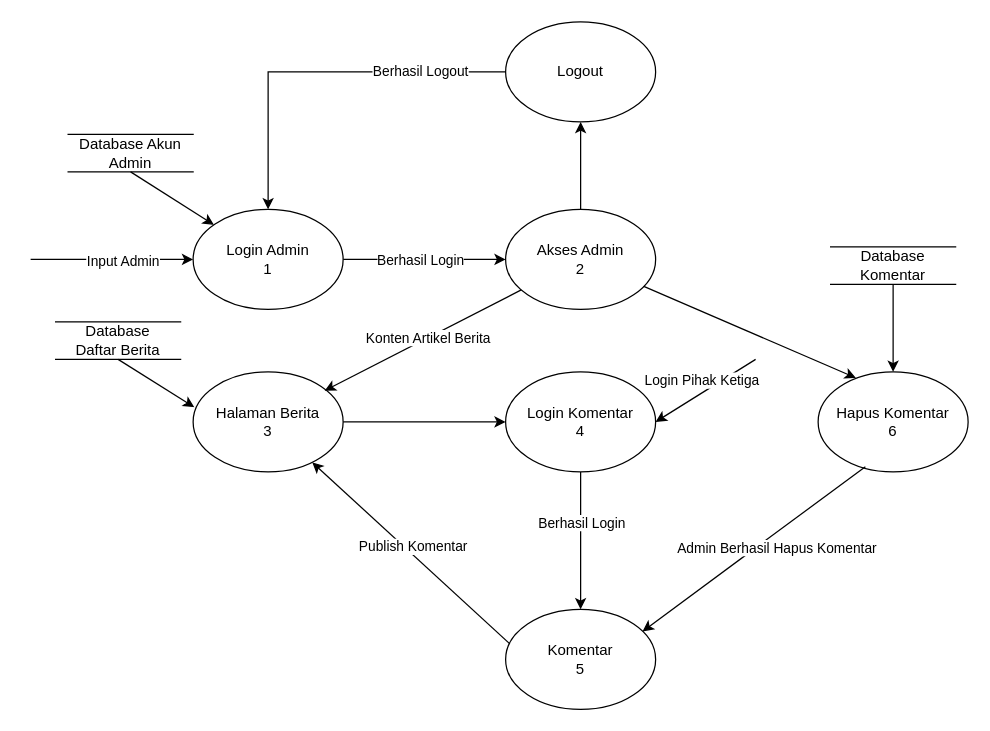
The draw.io diagram page "Page-1" (1 of 5) of Exercise.drawio in MFaisal00359/Kamu-nanyeaa, before the edit. Source tidied: cells renumbered, new cells numbered last; positions are measured from the earlier drawing's top-left corner, leaving out a move shared by most shapes. Both pictures are drawn from the tidied source at 125%, with x=0, y=0 at pixel (30, 21).
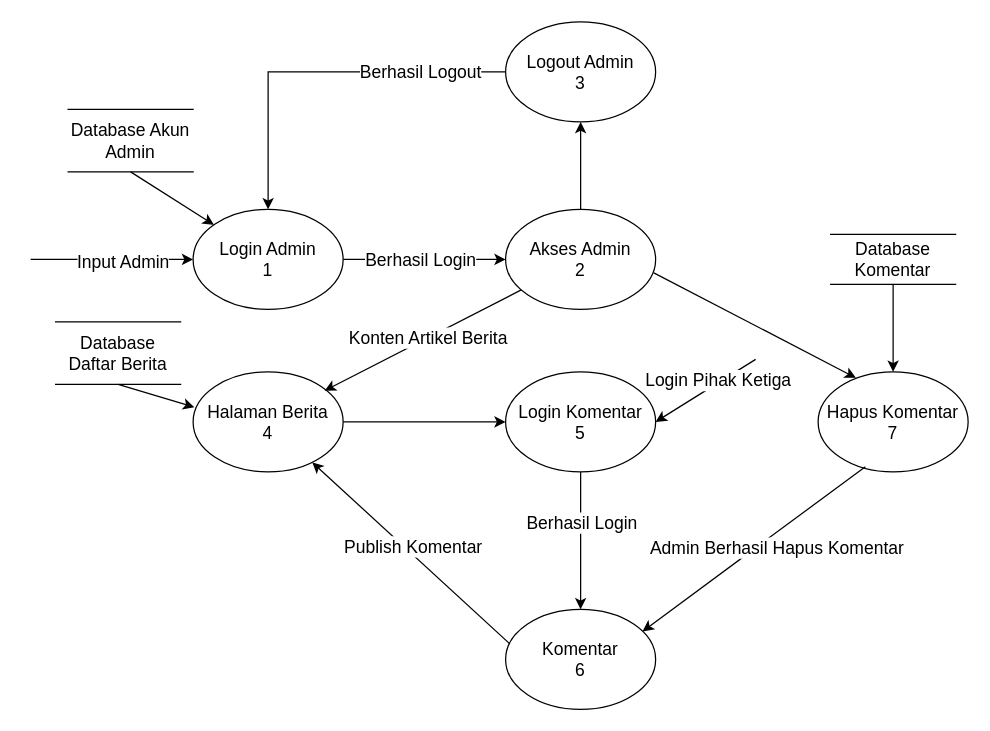
The same diagram, later.

The edit, as a diff of the source:
```diff
@@
-    <mxCell id="2" style="edgeStyle=orthogonalEdgeStyle;rounded=0;jettySize=auto;html=1;entryX=0;entryY=0.5;entryDx=0;entryDy=0;" parent="1" edge="1" source="4" target="6">
+    <mxCell id="2" style="edgeStyle=orthogonalEdgeStyle;rounded=0;jettySize=auto;html=1;entryX=0;entryY=0.5;entryDx=0;entryDy=0;fontSize=14;" parent="1" edge="1" source="4" target="6">
       <mxGeometry relative="1" as="geometry" />
     </mxCell>
-    <mxCell id="3" value="Berhasil Login" style="edgeLabel;html=1;align=center;verticalAlign=middle;" parent="2" vertex="1">
+    <mxCell id="3" value="Berhasil Login" style="edgeLabel;html=1;align=center;verticalAlign=middle;fontSize=14;" parent="2" vertex="1">
       <mxGeometry x="0.27" y="-2" relative="1" as="geometry">
         <mxPoint x="-22" y="-2" as="offset" />
       </mxGeometry>
     </mxCell>
-    <mxCell id="4" value="Login Admin&lt;br&gt;1" style="ellipse;whiteSpace=wrap;html=1;" parent="1" vertex="1">
+    <mxCell id="4" value="Login Admin&lt;br style=&quot;font-size: 14px;&quot;&gt;1" style="ellipse;whiteSpace=wrap;html=1;fontSize=14;" parent="1" vertex="1">
       <mxGeometry x="130" y="150" width="120" height="80" as="geometry" />
     </mxCell>
-    <mxCell id="5" style="edgeStyle=orthogonalEdgeStyle;rounded=0;jettySize=auto;html=1;" parent="1" edge="1" source="6" target="11">
+    <mxCell id="5" style="edgeStyle=orthogonalEdgeStyle;rounded=0;jettySize=auto;html=1;fontSize=14;" parent="1" edge="1" source="6" target="11">
       <mxGeometry relative="1" as="geometry" />
     </mxCell>
-    <mxCell id="6" value="Akses Admin&lt;br&gt;2" style="ellipse;whiteSpace=wrap;html=1;" parent="1" vertex="1">
+    <mxCell id="6" value="Akses Admin&lt;br style=&quot;font-size: 14px;&quot;&gt;2" style="ellipse;whiteSpace=wrap;html=1;fontSize=14;" parent="1" vertex="1">
       <mxGeometry x="380" y="150" width="120" height="80" as="geometry" />
     </mxCell>
-    <mxCell id="7" style="endArrow=classic;html=1;rounded=0;entryX=0;entryY=0.5;entryDx=0;entryDy=0;" parent="1" edge="1" target="4">
+    <mxCell id="7" style="endArrow=classic;html=1;rounded=0;entryX=0;entryY=0.5;entryDx=0;entryDy=0;fontSize=14;" parent="1" edge="1" target="4">
       <mxGeometry relative="1" as="geometry">
         <mxPoint y="190" as="sourcePoint" />
       </mxGeometry>
     </mxCell>
-    <mxCell id="8" value="Input Admin" style="edgeLabel;html=1;align=center;verticalAlign=middle;" parent="7" vertex="1">
+    <mxCell id="8" value="Input Admin" style="edgeLabel;html=1;align=center;verticalAlign=middle;fontSize=14;" parent="7" vertex="1">
       <mxGeometry x="0.13" y="-1" relative="1" as="geometry" />
     </mxCell>
-    <mxCell id="9" style="edgeStyle=orthogonalEdgeStyle;rounded=0;jettySize=auto;html=1;" parent="1" edge="1" source="11" target="4">
+    <mxCell id="9" style="edgeStyle=orthogonalEdgeStyle;rounded=0;jettySize=auto;html=1;fontSize=14;" parent="1" edge="1" source="11" target="4">
       <mxGeometry relative="1" as="geometry" />
     </mxCell>
-    <mxCell id="10" value="Berhasil Logout" style="edgeLabel;html=1;align=center;verticalAlign=middle;" parent="9" vertex="1">
+    <mxCell id="10" value="Berhasil Logout" style="edgeLabel;html=1;align=center;verticalAlign=middle;fontSize=14;" parent="9" vertex="1">
       <mxGeometry x="-0.54" y="-1" relative="1" as="geometry" />
     </mxCell>
-    <mxCell id="11" value="Logout&lt;br&gt;" style="ellipse;whiteSpace=wrap;html=1;" parent="1" vertex="1">
+    <mxCell id="11" value="Logout Admin&lt;br&gt;3" style="ellipse;whiteSpace=wrap;html=1;fontSize=14;" parent="1" vertex="1">
       <mxGeometry x="380" width="120" height="80" as="geometry" />
     </mxCell>
-    <mxCell id="12" style="edgeStyle=orthogonalEdgeStyle;rounded=0;jettySize=auto;html=1;entryX=0;entryY=0.5;entryDx=0;entryDy=0;" parent="1" edge="1" source="13" target="17">
+    <mxCell id="12" style="edgeStyle=orthogonalEdgeStyle;rounded=0;jettySize=auto;html=1;entryX=0;entryY=0.5;entryDx=0;entryDy=0;fontSize=14;" parent="1" edge="1" source="13" target="17">
       <mxGeometry relative="1" as="geometry" />
     </mxCell>
-    <mxCell id="13" value="Halaman Berita&lt;br&gt;3" style="ellipse;whiteSpace=wrap;html=1;" parent="1" vertex="1">
+    <mxCell id="13" value="Halaman Berita&lt;br style=&quot;font-size: 14px;&quot;&gt;4" style="ellipse;whiteSpace=wrap;html=1;fontSize=14;" parent="1" vertex="1">
       <mxGeometry x="130" y="280" width="120" height="80" as="geometry" />
     </mxCell>
-    <mxCell id="14" value="Komentar&lt;br&gt;5" style="ellipse;whiteSpace=wrap;html=1;" parent="1" vertex="1">
+    <mxCell id="14" value="Komentar&lt;br style=&quot;font-size: 14px;&quot;&gt;6" style="ellipse;whiteSpace=wrap;html=1;fontSize=14;" parent="1" vertex="1">
       <mxGeometry x="380" y="470" width="120" height="80" as="geometry" />
     </mxCell>
-    <mxCell id="15" style="edgeStyle=orthogonalEdgeStyle;rounded=0;jettySize=auto;html=1;entryX=0.5;entryY=0;entryDx=0;entryDy=0;" parent="1" edge="1" source="17" target="14">
+    <mxCell id="15" style="edgeStyle=orthogonalEdgeStyle;rounded=0;jettySize=auto;html=1;entryX=0.5;entryY=0;entryDx=0;entryDy=0;fontSize=14;" parent="1" edge="1" source="17" target="14">
       <mxGeometry relative="1" as="geometry" />
     </mxCell>
-    <mxCell id="16" value="Berhasil Login" style="edgeLabel;html=1;align=center;verticalAlign=middle;" parent="15" vertex="1">
+    <mxCell id="16" value="Berhasil Login" style="edgeLabel;html=1;align=center;verticalAlign=middle;fontSize=14;" parent="15" vertex="1">
       <mxGeometry x="-0.28" relative="1" as="geometry" />
     </mxCell>
-    <mxCell id="17" value="Login Komentar&lt;br&gt;4" style="ellipse;whiteSpace=wrap;html=1;" parent="1" vertex="1">
+    <mxCell id="17" value="Login Komentar&lt;br style=&quot;font-size: 14px;&quot;&gt;5" style="ellipse;whiteSpace=wrap;html=1;fontSize=14;" parent="1" vertex="1">
       <mxGeometry x="380" y="280" width="120" height="80" as="geometry" />
     </mxCell>
-    <mxCell id="18" style="endArrow=classic;html=1;rounded=0;entryX=0.877;entryY=0.188;entryDx=0;entryDy=0;entryPerimeter=0;" parent="1" edge="1" source="6" target="13">
+    <mxCell id="18" style="endArrow=classic;html=1;rounded=0;entryX=0.877;entryY=0.188;entryDx=0;entryDy=0;entryPerimeter=0;fontSize=14;" parent="1" edge="1" source="6" target="13">
       <mxGeometry relative="1" as="geometry" />
     </mxCell>
-    <mxCell id="19" value="Konten Artikel Berita" style="edgeLabel;html=1;align=center;verticalAlign=middle;" parent="18" vertex="1">
+    <mxCell id="19" value="Konten Artikel Berita" style="edgeLabel;html=1;align=center;verticalAlign=middle;fontSize=14;" parent="18" vertex="1">
       <mxGeometry x="-0.05" relative="1" as="geometry" />
     </mxCell>
-    <mxCell id="20" style="endArrow=classic;html=1;rounded=0;entryX=1;entryY=0.5;entryDx=0;entryDy=0;" parent="1" edge="1" target="17">
+    <mxCell id="20" style="endArrow=classic;html=1;rounded=0;entryX=1;entryY=0.5;entryDx=0;entryDy=0;fontSize=14;" parent="1" edge="1" target="17">
       <mxGeometry relative="1" as="geometry">
         <mxPoint x="580" y="270" as="sourcePoint" />
       </mxGeometry>
     </mxCell>
-    <mxCell id="21" value="Login Pihak Ketiga" style="edgeLabel;html=1;align=center;verticalAlign=middle;" parent="20" vertex="1">
+    <mxCell id="21" value="Login Pihak Ketiga" style="edgeLabel;html=1;align=center;verticalAlign=middle;fontSize=14;" parent="20" vertex="1">
       <mxGeometry x="-0.33" relative="1" as="geometry">
-        <mxPoint x="-16" as="offset" />
+        <mxPoint x="-3" as="offset" />
       </mxGeometry>
     </mxCell>
-    <mxCell id="22" style="endArrow=classic;html=1;rounded=0;exitX=0.028;exitY=0.345;exitDx=0;exitDy=0;exitPerimeter=0;" parent="1" edge="1" source="14" target="13">
+    <mxCell id="22" style="endArrow=classic;html=1;rounded=0;exitX=0.028;exitY=0.345;exitDx=0;exitDy=0;exitPerimeter=0;fontSize=14;" parent="1" edge="1" source="14" target="13">
       <mxGeometry relative="1" as="geometry" />
     </mxCell>
-    <mxCell id="23" value="Publish Komentar" style="edgeLabel;html=1;align=center;verticalAlign=middle;" parent="22" vertex="1">
+    <mxCell id="23" value="Publish Komentar" style="edgeLabel;html=1;align=center;verticalAlign=middle;fontSize=14;" parent="22" vertex="1">
       <mxGeometry x="-0.13" y="-1" relative="1" as="geometry">
         <mxPoint x="-10" y="-14" as="offset" />
       </mxGeometry>
     </mxCell>
-    <mxCell id="24" value="Database Akun Admin" style="html=1;dashed=0;whiteSpace=wrap;shape=partialRectangle;right=0;left=0;" parent="1" vertex="1">
-      <mxGeometry x="30" y="90" width="100" height="30" as="geometry" />
+    <mxCell id="24" value="Database Akun Admin" style="html=1;dashed=0;whiteSpace=wrap;shape=partialRectangle;right=0;left=0;fontSize=14;" parent="1" vertex="1">
+      <mxGeometry x="30" y="70" width="100" height="50" as="geometry" />
     </mxCell>
-    <mxCell id="25" style="endArrow=classic;html=1;rounded=0;exitX=0.5;exitY=1;exitDx=0;exitDy=0;" parent="1" edge="1" source="24" target="4">
+    <mxCell id="25" style="endArrow=classic;html=1;rounded=0;exitX=0.5;exitY=1;exitDx=0;exitDy=0;fontSize=14;" parent="1" edge="1" source="24" target="4">
       <mxGeometry relative="1" as="geometry" />
     </mxCell>
-    <mxCell id="26" style="edgeStyle=orthogonalEdgeStyle;rounded=0;jettySize=auto;html=1;entryX=0.5;entryY=0;entryDx=0;entryDy=0;" parent="1" edge="1" source="27" target="28">
+    <mxCell id="26" style="edgeStyle=orthogonalEdgeStyle;rounded=0;jettySize=auto;html=1;entryX=0.5;entryY=0;entryDx=0;entryDy=0;fontSize=14;" parent="1" edge="1" source="27" target="28">
       <mxGeometry relative="1" as="geometry" />
     </mxCell>
-    <mxCell id="27" value="Database Komentar" style="html=1;dashed=0;whiteSpace=wrap;shape=partialRectangle;right=0;left=0;" parent="1" vertex="1">
-      <mxGeometry x="640" y="180" width="100" height="30" as="geometry" />
+    <mxCell id="27" value="Database Komentar" style="html=1;dashed=0;whiteSpace=wrap;shape=partialRectangle;right=0;left=0;fontSize=14;" parent="1" vertex="1">
+      <mxGeometry x="640" y="170" width="100" height="40" as="geometry" />
     </mxCell>
-    <mxCell id="28" value="Hapus Komentar&lt;br&gt;6" style="ellipse;whiteSpace=wrap;html=1;" parent="1" vertex="1">
+    <mxCell id="28" value="Hapus Komentar&lt;br style=&quot;font-size: 14px;&quot;&gt;7" style="ellipse;whiteSpace=wrap;html=1;fontSize=14;" parent="1" vertex="1">
       <mxGeometry x="630" y="280" width="120" height="80" as="geometry" />
     </mxCell>
-    <mxCell id="29" style="endArrow=classic;html=1;rounded=0;exitX=0.315;exitY=0.948;exitDx=0;exitDy=0;entryX=0.913;entryY=0.22;entryDx=0;entryDy=0;entryPerimeter=0;exitPerimeter=0;" parent="1" edge="1" source="28" target="14">
+    <mxCell id="29" style="endArrow=classic;html=1;rounded=0;exitX=0.315;exitY=0.948;exitDx=0;exitDy=0;entryX=0.913;entryY=0.22;entryDx=0;entryDy=0;entryPerimeter=0;exitPerimeter=0;fontSize=14;" parent="1" edge="1" source="28" target="14">
       <mxGeometry relative="1" as="geometry" />
     </mxCell>
-    <mxCell id="30" value="Admin Berhasil Hapus Komentar" style="edgeLabel;html=1;align=center;verticalAlign=middle;" parent="29" vertex="1">
+    <mxCell id="30" value="Admin Berhasil Hapus Komentar" style="edgeLabel;html=1;align=center;verticalAlign=middle;fontSize=14;" parent="29" vertex="1">
       <mxGeometry x="-0.2" relative="1" as="geometry">
         <mxPoint y="12" as="offset" />
       </mxGeometry>
     </mxCell>
-    <mxCell id="31" style="endArrow=classic;html=1;rounded=0;entryX=0.252;entryY=0.06;entryDx=0;entryDy=0;entryPerimeter=0;" parent="1" edge="1" source="6" target="28">
+    <mxCell id="31" style="endArrow=classic;html=1;rounded=0;entryX=0.252;entryY=0.06;entryDx=0;entryDy=0;entryPerimeter=0;exitX=0.988;exitY=0.635;exitDx=0;exitDy=0;exitPerimeter=0;fontSize=14;" parent="1" edge="1" source="6" target="28">
       <mxGeometry relative="1" as="geometry" />
     </mxCell>
-    <mxCell id="32" value="Database&lt;br&gt;Daftar Berita" style="html=1;dashed=0;whiteSpace=wrap;shape=partialRectangle;right=0;left=0;" parent="1" vertex="1">
-      <mxGeometry x="20" y="240" width="100" height="30" as="geometry" />
+    <mxCell id="32" value="Database&lt;br style=&quot;font-size: 14px;&quot;&gt;Daftar Berita" style="html=1;dashed=0;whiteSpace=wrap;shape=partialRectangle;right=0;left=0;fontSize=14;" parent="1" vertex="1">
+      <mxGeometry x="20" y="240" width="100" height="50" as="geometry" />
     </mxCell>
-    <mxCell id="33" style="endArrow=classic;html=1;rounded=0;entryX=0.008;entryY=0.353;entryDx=0;entryDy=0;entryPerimeter=0;exitX=0.5;exitY=1;exitDx=0;exitDy=0;" parent="1" edge="1" source="32" target="13">
+    <mxCell id="33" style="endArrow=classic;html=1;rounded=0;entryX=0.008;entryY=0.353;entryDx=0;entryDy=0;entryPerimeter=0;exitX=0.5;exitY=1;exitDx=0;exitDy=0;fontSize=14;" parent="1" edge="1" source="32" target="13">
       <mxGeometry relative="1" as="geometry" />
     </mxCell>
```
